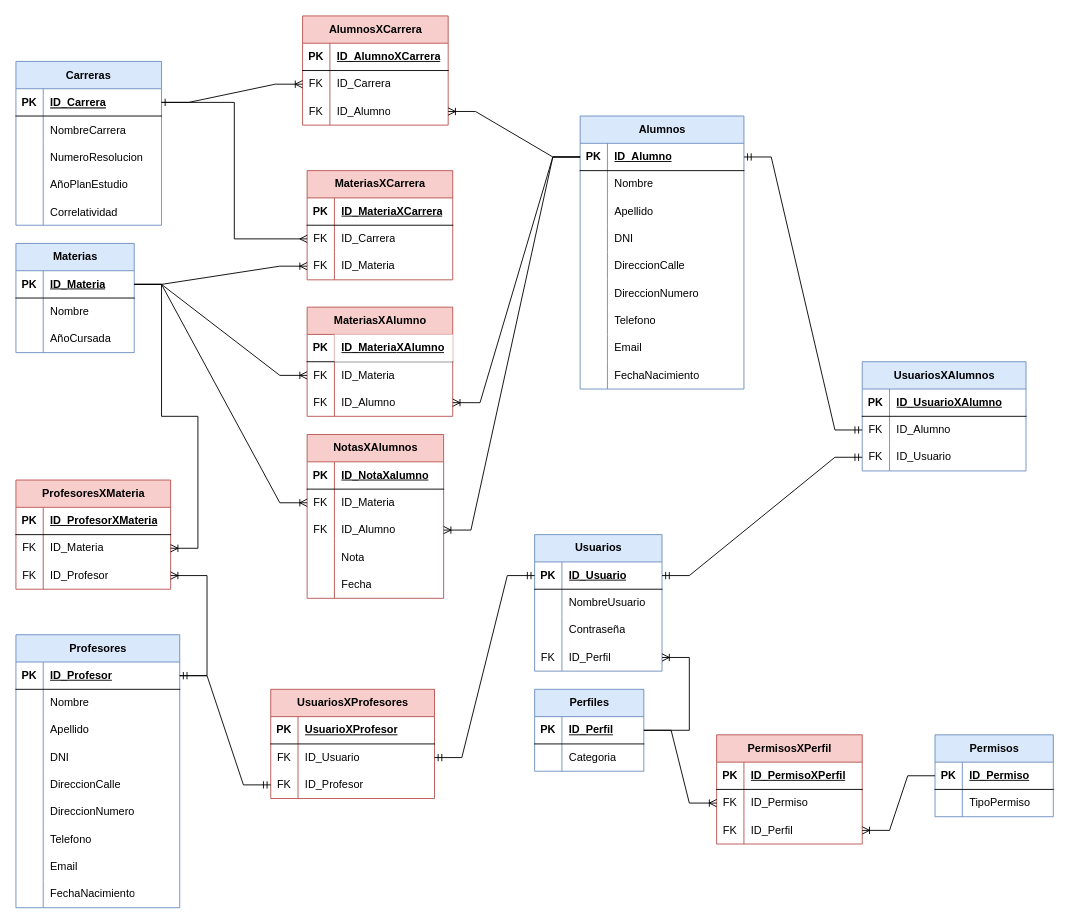
LeoTolussoG/Hilet keeps this draw.io diagram as Proyecto final/Diagrama sin título.drawio. Above is the earlier version. Source tidied: cells renumbered, new cells numbered last; positions are measured from the earlier drawing's top-left corner, leaving out a move shared by most shapes. Both pictures are drawn from the tidied source at 91%, with x=0, y=0 at pixel (15, 15).
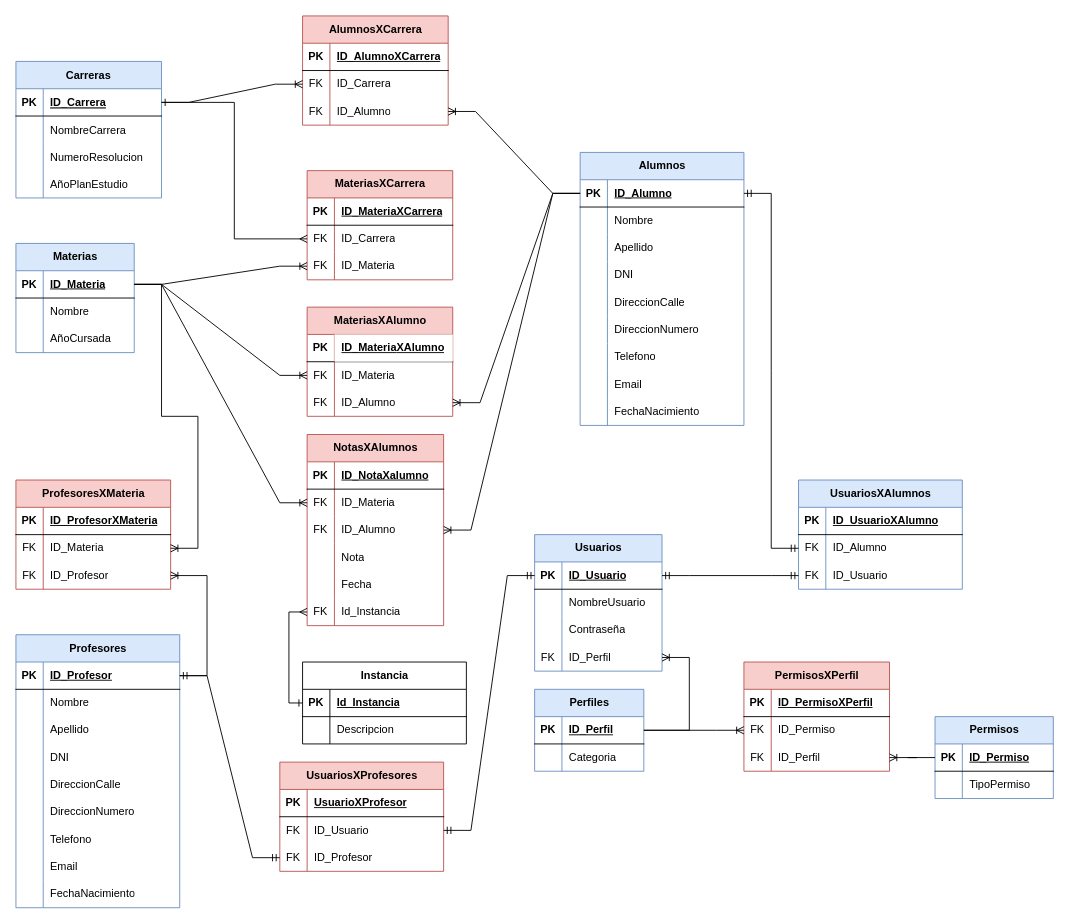
The same page after the edit.

Diff of the diagram source:
```diff
@@
     <mxCell id="2" value="Carreras" style="shape=table;startSize=30;childLayout=tableLayout;rowLines=0;fontStyle=1;align=center;fillColor=#dae8fc;strokeColor=#6c8ebf;" parent="1" vertex="1">
-      <mxGeometry y="50" width="160" height="180" as="geometry" />
+      <mxGeometry y="50" width="160" height="150" as="geometry" />
     </mxCell>
@@
-    <mxCell id="15" style="shape=partialRectangle;fillColor=none;top=0;left=0;right=0;bottom=0;" parent="2" vertex="1">
-      <mxGeometry y="150" width="160" height="30" as="geometry" />
-    </mxCell>
-    <mxCell id="16" style="shape=partialRectangle;overflow=hidden;fillColor=none;top=0;left=0;bottom=0;right=0;" parent="15" vertex="1">
-      <mxGeometry width="30" height="30" as="geometry" />
-    </mxCell>
-    <mxCell id="17" value="Correlatividad" style="shape=partialRectangle;overflow=hidden;fillColor=none;top=0;left=0;bottom=0;right=0;align=left;spacingLeft=6;" parent="15" vertex="1">
-      <mxGeometry x="30" width="130" height="30" as="geometry" />
-    </mxCell>
@@
     <mxCell id="58" value="NotasXAlumnos" style="shape=table;startSize=30;childLayout=tableLayout;rowLines=0;fontStyle=1;align=center;html=1;fillColor=#f8cecc;strokeColor=#b85450;" parent="1" vertex="1">
-      <mxGeometry x="320" y="460" width="150" height="180" as="geometry" />
+      <mxGeometry x="320" y="460" width="150" height="210" as="geometry" />
     </mxCell>
@@
+    <mxCell id="214" style="shape=tableRow;horizontal=0;startSize=0;swimlaneHead=0;swimlaneBody=0;fillColor=none;points=[[0,0.5],[1,0.5]];portConstraint=eastwest;top=0;left=0;right=0;bottom=0;" parent="58" vertex="1">
+      <mxGeometry y="180" width="150" height="30" as="geometry" />
+    </mxCell>
+    <mxCell id="215" value="FK" style="shape=partialRectangle;fillColor=none;top=0;left=0;bottom=0;right=0;overflow=hidden;whiteSpace=wrap;html=1;" parent="214" vertex="1">
+      <mxGeometry width="30" height="30" as="geometry" />
+    </mxCell>
+    <mxCell id="216" value="Id_Instancia" style="shape=partialRectangle;fillColor=none;top=0;left=0;bottom=0;right=0;align=left;spacingLeft=6;overflow=hidden;whiteSpace=wrap;html=1;" parent="214" vertex="1">
+      <mxGeometry x="30" width="120" height="30" as="geometry" />
+    </mxCell>
@@
     <mxCell id="112" value="Alumnos" style="shape=table;startSize=30;childLayout=tableLayout;rowLines=0;fontStyle=1;align=center;html=1;fillColor=#dae8fc;strokeColor=#6c8ebf;" parent="1" vertex="1">
-      <mxGeometry x="620" y="110" width="180" height="300" as="geometry" />
+      <mxGeometry x="620" y="150" width="180" height="300" as="geometry" />
     </mxCell>
@@
     <mxCell id="169" value="PermisosXPerfil" style="shape=table;startSize=30;childLayout=tableLayout;rowLines=0;fontStyle=1;align=center;html=1;fillColor=#f8cecc;strokeColor=#b85450;" parent="1" vertex="1">
-      <mxGeometry x="770" y="790" width="160" height="120" as="geometry" />
+      <mxGeometry x="800" y="710" width="160" height="120" as="geometry" />
     </mxCell>
@@
     <mxCell id="179" value="Permisos" style="shape=table;startSize=30;childLayout=tableLayout;rowLines=0;fontStyle=1;align=center;html=1;fillColor=#dae8fc;strokeColor=#6c8ebf;" parent="1" vertex="1">
-      <mxGeometry x="1010" y="790" width="130" height="90" as="geometry" />
+      <mxGeometry x="1010" y="770" width="130" height="90" as="geometry" />
     </mxCell>
@@
     <mxCell id="186" value="UsuariosXProfesores" style="shape=table;startSize=30;childLayout=tableLayout;rowLines=0;fontStyle=1;align=center;html=1;fillColor=#f8cecc;strokeColor=#b85450;" parent="1" vertex="1">
-      <mxGeometry x="280" y="740" width="180" height="120" as="geometry" />
+      <mxGeometry x="290" y="820" width="180" height="120" as="geometry" />
     </mxCell>
@@
     <mxCell id="196" value="UsuariosXAlumnos" style="shape=table;startSize=30;childLayout=tableLayout;rowLines=0;fontStyle=1;align=center;html=1;fillColor=#dae8fc;strokeColor=#6c8ebf;" parent="1" vertex="1">
-      <mxGeometry x="930" y="380" width="180" height="120" as="geometry" />
+      <mxGeometry x="860" y="510" width="180" height="120" as="geometry" />
     </mxCell>
@@
+    <mxCell id="217" value="Instancia" style="shape=table;startSize=30;childLayout=tableLayout;rowLines=0;fontStyle=1;align=center;html=1;" parent="1" vertex="1">
+      <mxGeometry x="315" y="710" width="180" height="90" as="geometry" />
+    </mxCell>
+    <mxCell id="218" style="shape=tableRow;horizontal=0;startSize=0;swimlaneHead=0;swimlaneBody=0;fillColor=none;points=[[0,0.5],[1,0.5]];portConstraint=eastwest;top=0;left=0;right=0;bottom=1;" parent="217" vertex="1">
+      <mxGeometry y="30" width="180" height="30" as="geometry" />
+    </mxCell>
+    <mxCell id="219" value="PK" style="shape=partialRectangle;fillColor=none;top=0;left=0;bottom=0;right=0;fontStyle=1;overflow=hidden;whiteSpace=wrap;html=1;" parent="218" vertex="1">
+      <mxGeometry width="30" height="30" as="geometry" />
+    </mxCell>
+    <mxCell id="220" value="Id_Instancia" style="shape=partialRectangle;fillColor=none;top=0;left=0;bottom=0;right=0;align=left;spacingLeft=6;fontStyle=5;overflow=hidden;whiteSpace=wrap;html=1;" parent="218" vertex="1">
+      <mxGeometry x="30" width="150" height="30" as="geometry" />
+    </mxCell>
+    <mxCell id="221" style="shape=tableRow;horizontal=0;startSize=0;swimlaneHead=0;swimlaneBody=0;fillColor=none;top=0;left=0;right=0;bottom=0;" parent="217" vertex="1">
+      <mxGeometry y="60" width="180" height="30" as="geometry" />
+    </mxCell>
+    <mxCell id="222" style="shape=partialRectangle;fillColor=none;top=0;left=0;bottom=0;right=0;overflow=hidden;whiteSpace=wrap;html=1;" parent="221" vertex="1">
+      <mxGeometry width="30" height="30" as="geometry" />
+    </mxCell>
+    <mxCell id="223" value="Descripcion" style="shape=partialRectangle;fillColor=none;top=0;left=0;bottom=0;right=0;align=left;spacingLeft=6;overflow=hidden;whiteSpace=wrap;html=1;" parent="221" vertex="1">
+      <mxGeometry x="30" width="150" height="30" as="geometry" />
+    </mxCell>
+    <mxCell id="224" style="edgeStyle=orthogonalEdgeStyle;rounded=0;jettySize=auto;html=1;exitX=0;exitY=0.5;exitDx=0;exitDy=0;entryX=0;entryY=0.5;entryDx=0;entryDy=0;startArrow=ERmany;startFill=0;endArrow=ERone;endFill=0;" parent="1" edge="1" source="214" target="218">
+      <mxGeometry relative="1" as="geometry" />
+    </mxCell>
```
